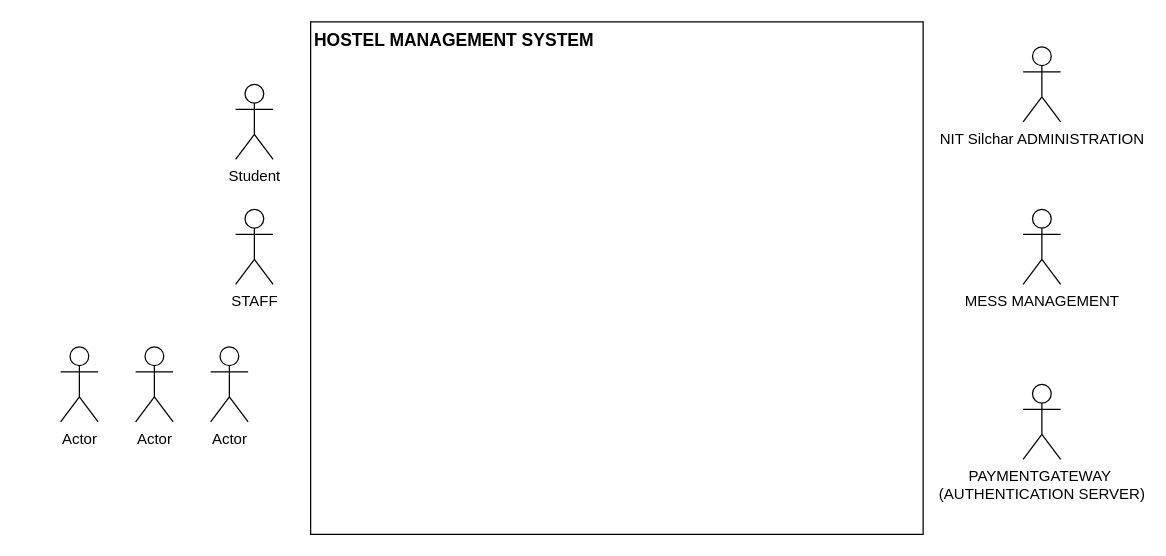
Above: Untitled Diagram.drawio in manikiran949/Use-Case-Diagrams (draw.io), before the change. Source tidied: cells renumbered, new cells numbered last; positions are measured from the earlier drawing's top-left corner, leaving out a move shared by most shapes. Both pictures are drawn from the tidied source at 125%, with x=0, y=0 at pixel (60, 21).
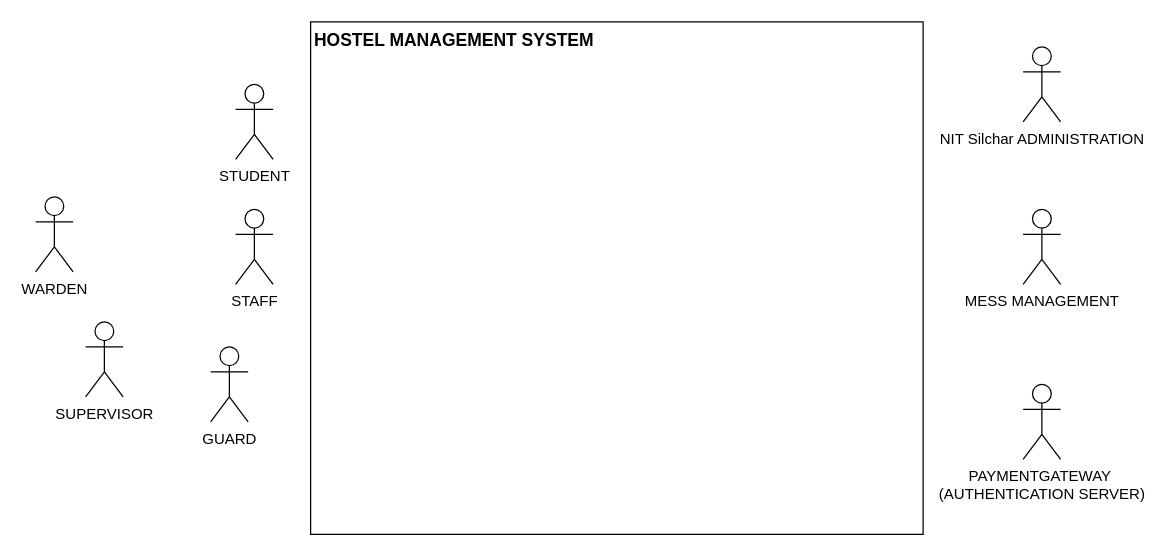
After the change.

Commit message:
Finalized Actors

Diff of the diagram source:
```diff
@@
 <mxGraphModel>
   <root>
     <mxCell id="0" />
     <mxCell id="1" parent="0" />
-    <mxCell id="2" value="Student" style="shape=umlActor;verticalLabelPosition=bottom;verticalAlign=top;html=1;" parent="1" vertex="1">
+    <mxCell id="2" value="STUDENT" style="shape=umlActor;verticalLabelPosition=bottom;verticalAlign=top;html=1;" parent="1" vertex="1">
       <mxGeometry x="140" y="50" width="30" height="60" as="geometry" />
     </mxCell>
     <mxCell id="3" style="rounded=0;whiteSpace=wrap;html=1;" parent="1" vertex="1">
       <mxGeometry x="200" width="490" height="410" as="geometry" />
     </mxCell>
     <mxCell id="4" value="&lt;b&gt;&lt;font style=&quot;font-size: 14px;&quot;&gt;HOSTEL MANAGEMENT SYSTEM&lt;/font&gt;&lt;/b&gt;" style="text;html=1;align=center;verticalAlign=middle;whiteSpace=wrap;rounded=0;" parent="1" vertex="1">
       <mxGeometry x="190" width="250" height="30" as="geometry" />
     </mxCell>
     <mxCell id="5" value="MESS MANAGEMENT" style="shape=umlActor;verticalLabelPosition=bottom;verticalAlign=top;html=1;" parent="1" vertex="1">
       <mxGeometry x="770" y="150" width="30" height="60" as="geometry" />
     </mxCell>
     <mxCell id="6" value="PAYMENTGATEWAY&amp;nbsp;&lt;div&gt;(AUTHENTICATION SERVER)&lt;/div&gt;" style="shape=umlActor;verticalLabelPosition=bottom;verticalAlign=top;html=1;" parent="1" vertex="1">
       <mxGeometry x="770" y="290" width="30" height="60" as="geometry" />
     </mxCell>
     <mxCell id="7" value="NIT Silchar ADMINISTRATION" style="shape=umlActor;verticalLabelPosition=bottom;verticalAlign=top;html=1;" parent="1" vertex="1">
       <mxGeometry x="770" y="20" width="30" height="60" as="geometry" />
     </mxCell>
     <mxCell id="8" value="STAFF" style="shape=umlActor;verticalLabelPosition=bottom;verticalAlign=top;html=1;" parent="1" vertex="1">
       <mxGeometry x="140" y="150" width="30" height="60" as="geometry" />
     </mxCell>
-    <mxCell id="9" value="Actor" style="shape=umlActor;verticalLabelPosition=bottom;verticalAlign=top;html=1;" parent="1" vertex="1">
-      <mxGeometry y="260" width="30" height="60" as="geometry" />
+    <mxCell id="9" value="WARDEN" style="shape=umlActor;verticalLabelPosition=bottom;verticalAlign=top;html=1;" parent="1" vertex="1">
+      <mxGeometry x="-20" y="140" width="30" height="60" as="geometry" />
     </mxCell>
-    <mxCell id="10" value="Actor" style="shape=umlActor;verticalLabelPosition=bottom;verticalAlign=top;html=1;" parent="1" vertex="1">
-      <mxGeometry x="60" y="260" width="30" height="60" as="geometry" />
+    <mxCell id="10" value="SUPERVISOR" style="shape=umlActor;verticalLabelPosition=bottom;verticalAlign=top;html=1;" parent="1" vertex="1">
+      <mxGeometry x="20" y="240" width="30" height="60" as="geometry" />
     </mxCell>
-    <mxCell id="11" value="Actor" style="shape=umlActor;verticalLabelPosition=bottom;verticalAlign=top;html=1;" parent="1" vertex="1">
+    <mxCell id="11" value="GUARD" style="shape=umlActor;verticalLabelPosition=bottom;verticalAlign=top;html=1;" parent="1" vertex="1">
       <mxGeometry x="120" y="260" width="30" height="60" as="geometry" />
     </mxCell>
   </root>
 </mxGraphModel>
```
